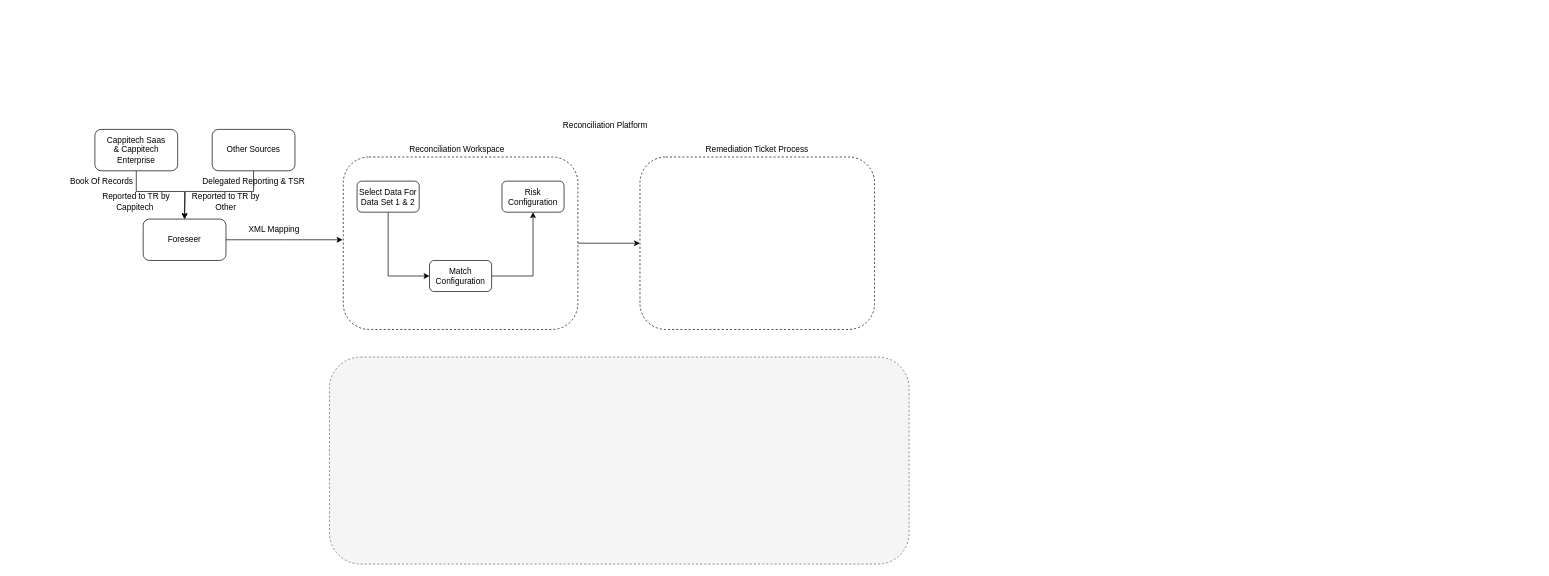
The draw.io diagram Cappitech.drawio in namanchopra21087/design-documents, before the edit. Source tidied: cells renumbered, new cells numbered last; positions are measured from the earlier drawing's top-left corner, leaving out a move shared by most shapes. Both pictures are drawn from the tidied source at 69%, with x=0, y=0 at pixel (67, 115).
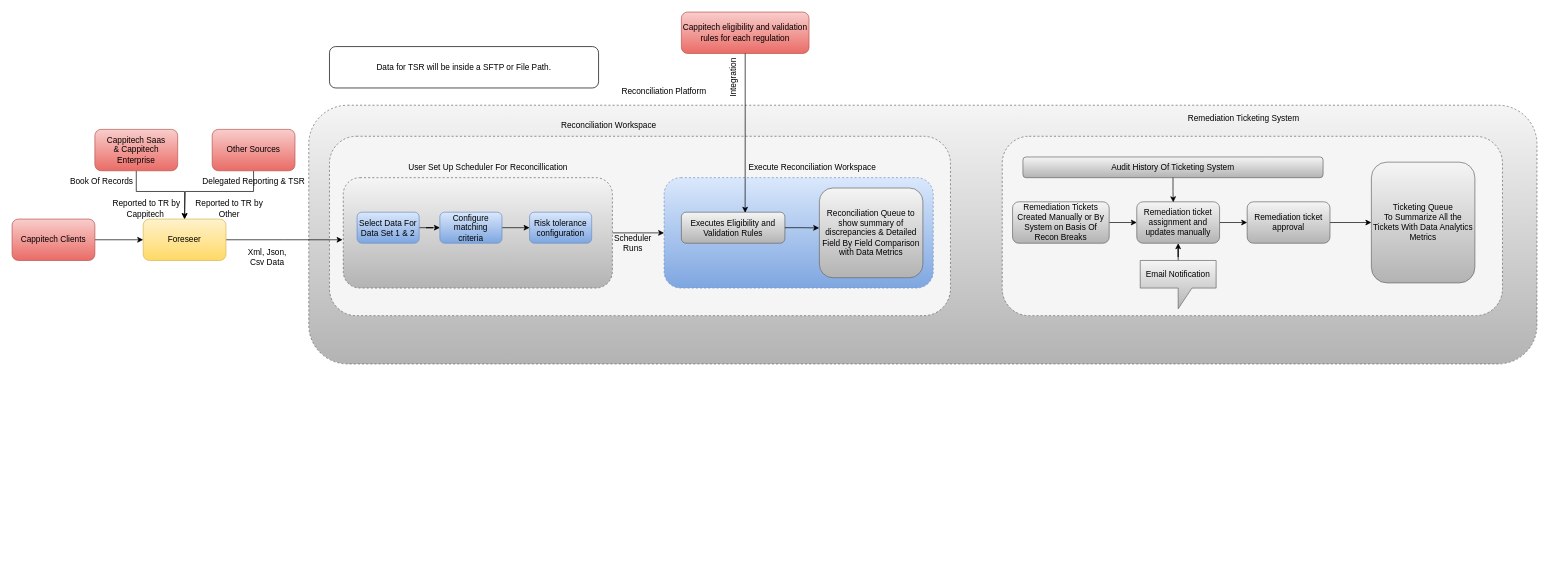
Above is the later version.

Change to the diagram source:
```diff
@@
+    <mxCell id="25" style="rounded=1;whiteSpace=wrap;html=1;dashed=1;fillColor=#f5f5f5;strokeColor=#666666;gradientColor=#b3b3b3;" parent="1" vertex="1">
+      <mxGeometry x="350" y="-15" width="1780" height="375" as="geometry" />
+    </mxCell>
     <mxCell id="2" style="rounded=1;whiteSpace=wrap;html=1;dashed=1;strokeWidth=1;fillColor=#f5f5f5;fontColor=#333333;strokeColor=#666666;" parent="1" vertex="1">
-      <mxGeometry x="380" y="350" width="840" height="300" as="geometry" />
+      <mxGeometry x="380" y="30" width="900" height="260" as="geometry" />
     </mxCell>
-    <mxCell id="3" style="edgeStyle=orthogonalEdgeStyle;rounded=0;jettySize=auto;html=1;entryX=0;entryY=0.5;entryDx=0;entryDy=0;" parent="1" edge="1" source="4" target="13">
-      <mxGeometry relative="1" as="geometry" />
-    </mxCell>
-    <mxCell id="4" style="rounded=1;whiteSpace=wrap;html=1;dashed=1;" parent="1" vertex="1">
-      <mxGeometry x="400" y="60" width="340" height="250" as="geometry" />
-    </mxCell>
     <mxCell id="5" value="Reconciliation Platform" style="text;html=1;align=center;verticalAlign=middle;whiteSpace=wrap;rounded=0;" parent="1" vertex="1">
-      <mxGeometry x="695" width="170" height="30" as="geometry" />
+      <mxGeometry x="780" y="-50" width="170" height="30" as="geometry" />
     </mxCell>
@@
-    <mxCell id="7" value="Foreseer" style="rounded=1;whiteSpace=wrap;html=1;" parent="1" vertex="1">
+    <mxCell id="7" value="Foreseer" style="rounded=1;whiteSpace=wrap;html=1;fillColor=#fff2cc;gradientColor=#ffd966;strokeColor=#d6b656;" parent="1" vertex="1">
       <mxGeometry x="110" y="150" width="120" height="60" as="geometry" />
     </mxCell>
-    <mxCell id="8" value="XML Mapping" style="text;html=1;align=center;verticalAlign=middle;whiteSpace=wrap;rounded=0;" parent="1" vertex="1">
-      <mxGeometry x="260" y="150" width="80" height="30" as="geometry" />
+    <mxCell id="8" value="Xml, Json, Csv Data" style="text;html=1;align=center;verticalAlign=middle;whiteSpace=wrap;rounded=0;" parent="1" vertex="1">
+      <mxGeometry x="250" y="190" width="80" height="30" as="geometry" />
     </mxCell>
@@
-    <mxCell id="10" value="Cappitech Saas&lt;div&gt;&amp;amp; Cappitech Enterprise&lt;/div&gt;" style="rounded=1;whiteSpace=wrap;html=1;" parent="1" vertex="1">
+    <mxCell id="10" value="Cappitech Saas&lt;div&gt;&amp;amp; Cappitech Enterprise&lt;/div&gt;" style="rounded=1;whiteSpace=wrap;html=1;fillColor=#f8cecc;gradientColor=#ea6b66;strokeColor=#b85450;" parent="1" vertex="1">
       <mxGeometry x="40" y="20" width="120" height="60" as="geometry" />
     </mxCell>
@@
-    <mxCell id="12" value="Other Sources" style="rounded=1;whiteSpace=wrap;html=1;" parent="1" vertex="1">
+    <mxCell id="12" value="Other Sources" style="rounded=1;whiteSpace=wrap;html=1;fillColor=#f8cecc;strokeColor=#b85450;gradientColor=#ea6b66;" parent="1" vertex="1">
       <mxGeometry x="210" y="20" width="120" height="60" as="geometry" />
     </mxCell>
-    <mxCell id="13" style="rounded=1;whiteSpace=wrap;html=1;dashed=1;" parent="1" vertex="1">
-      <mxGeometry x="830" y="60" width="340" height="250" as="geometry" />
+    <mxCell id="13" style="rounded=1;whiteSpace=wrap;html=1;dashed=1;fillColor=#f5f5f5;fontColor=#333333;strokeColor=#666666;" parent="1" vertex="1">
+      <mxGeometry x="1355" y="30" width="725" height="260" as="geometry" />
     </mxCell>
     <mxCell id="14" value="Reconciliation Workspace" style="text;html=1;align=center;verticalAlign=middle;whiteSpace=wrap;rounded=0;" parent="1" vertex="1">
-      <mxGeometry x="480" y="35" width="170" height="30" as="geometry" />
+      <mxGeometry x="700" width="170" height="30" as="geometry" />
     </mxCell>
-    <mxCell id="15" value="Remediation Ticket Process" style="text;html=1;align=center;verticalAlign=middle;whiteSpace=wrap;rounded=0;" parent="1" vertex="1">
-      <mxGeometry x="915" y="35" width="170" height="30" as="geometry" />
+    <mxCell id="15" value="Remediation Ticketing System" style="text;html=1;align=center;verticalAlign=middle;whiteSpace=wrap;rounded=0;" parent="1" vertex="1">
+      <mxGeometry x="1620" y="-10" width="170" height="30" as="geometry" />
     </mxCell>
@@
     <mxCell id="17" value="Reported to TR by Cappitech&amp;nbsp;" style="text;html=1;align=center;verticalAlign=middle;whiteSpace=wrap;rounded=0;" parent="1" vertex="1">
-      <mxGeometry x="35" y="110" width="130" height="30" as="geometry" />
+      <mxGeometry x="50" y="120" width="130" height="30" as="geometry" />
     </mxCell>
@@
     <mxCell id="19" value="Reported to TR by Other" style="text;html=1;align=center;verticalAlign=middle;whiteSpace=wrap;rounded=0;" parent="1" vertex="1">
-      <mxGeometry x="165" y="110" width="130" height="30" as="geometry" />
+      <mxGeometry x="170" y="120" width="130" height="30" as="geometry" />
     </mxCell>
+    <mxCell id="26" style="edgeStyle=orthogonalEdgeStyle;rounded=0;jettySize=auto;html=1;entryX=0;entryY=0.5;entryDx=0;entryDy=0;" parent="1" edge="1" source="4" target="27">
+      <mxGeometry relative="1" as="geometry" />
+    </mxCell>
+    <mxCell id="4" style="rounded=1;whiteSpace=wrap;html=1;dashed=1;fillColor=#f5f5f5;gradientColor=#b3b3b3;strokeColor=#666666;" parent="1" vertex="1">
+      <mxGeometry x="400" y="90" width="390" height="160" as="geometry" />
+    </mxCell>
-    <mxCell id="20" style="edgeStyle=orthogonalEdgeStyle;rounded=0;jettySize=auto;html=1;entryX=0;entryY=0.5;entryDx=0;entryDy=0;exitX=0.5;exitY=1;exitDx=0;exitDy=0;" parent="1" edge="1" source="21" target="23">
+    <mxCell id="20" style="edgeStyle=orthogonalEdgeStyle;rounded=0;jettySize=auto;html=1;entryX=0;entryY=0.5;entryDx=0;entryDy=0;" parent="1" edge="1" source="21" target="23">
       <mxGeometry relative="1" as="geometry" />
     </mxCell>
-    <mxCell id="21" value="Select Data F&lt;span style=&quot;background-color: initial;&quot;&gt;or&lt;/span&gt;&lt;div&gt;Data Set 1 &amp;amp; 2&lt;/div&gt;" style="rounded=1;whiteSpace=wrap;html=1;" parent="1" vertex="1">
-      <mxGeometry x="420" y="95" width="90" height="45" as="geometry" />
+    <mxCell id="21" value="Select Data F&lt;span style=&quot;background-color: initial;&quot;&gt;or&lt;/span&gt;&lt;div&gt;Data Set 1 &amp;amp; 2&lt;/div&gt;" style="rounded=1;whiteSpace=wrap;html=1;fillColor=#dae8fc;gradientColor=#7ea6e0;strokeColor=#6c8ebf;" parent="1" vertex="1">
+      <mxGeometry x="420" y="140" width="90" height="45" as="geometry" />
     </mxCell>
-    <mxCell id="22" style="edgeStyle=orthogonalEdgeStyle;rounded=0;jettySize=auto;html=1;entryX=0.5;entryY=1;entryDx=0;entryDy=0;" parent="1" edge="1" source="23" target="24">
+    <mxCell id="22" style="edgeStyle=orthogonalEdgeStyle;rounded=0;jettySize=auto;html=1;entryX=0;entryY=0.5;entryDx=0;entryDy=0;" parent="1" edge="1" source="23" target="24">
       <mxGeometry relative="1" as="geometry" />
     </mxCell>
-    <mxCell id="23" value="Match Configuration" style="rounded=1;whiteSpace=wrap;html=1;" parent="1" vertex="1">
-      <mxGeometry x="525" y="210" width="90" height="45" as="geometry" />
+    <mxCell id="23" value="Configure matching criteria" style="rounded=1;whiteSpace=wrap;html=1;fillColor=#dae8fc;gradientColor=#7ea6e0;strokeColor=#6c8ebf;" parent="1" vertex="1">
+      <mxGeometry x="540" y="140" width="90" height="45" as="geometry" />
     </mxCell>
-    <mxCell id="24" value="Risk Configuration" style="rounded=1;whiteSpace=wrap;html=1;" parent="1" vertex="1">
-      <mxGeometry x="630" y="95" width="90" height="45" as="geometry" />
+    <mxCell id="24" value="Risk tolerance configuration" style="rounded=1;whiteSpace=wrap;html=1;fillColor=#dae8fc;gradientColor=#7ea6e0;strokeColor=#6c8ebf;" parent="1" vertex="1">
+      <mxGeometry x="670" y="140" width="90" height="45" as="geometry" />
     </mxCell>
+    <mxCell id="27" style="rounded=1;whiteSpace=wrap;html=1;dashed=1;fillColor=#dae8fc;gradientColor=#7ea6e0;strokeColor=#6c8ebf;" parent="1" vertex="1">
+      <mxGeometry x="865" y="90" width="390" height="160" as="geometry" />
+    </mxCell>
+    <mxCell id="28" value="User Set Up Scheduler For Reconcillication" style="text;html=1;align=center;verticalAlign=middle;whiteSpace=wrap;rounded=0;" parent="1" vertex="1">
+      <mxGeometry x="450" y="60" width="320" height="30" as="geometry" />
+    </mxCell>
+    <mxCell id="29" value="Scheduler Runs" style="text;html=1;align=center;verticalAlign=middle;whiteSpace=wrap;rounded=0;" parent="1" vertex="1">
+      <mxGeometry x="790" y="170" width="60" height="30" as="geometry" />
+    </mxCell>
+    <mxCell id="30" value="Executes&amp;nbsp;Eligibility and Validation Rules" style="rounded=1;whiteSpace=wrap;html=1;fillColor=#f5f5f5;gradientColor=#b3b3b3;strokeColor=#666666;" parent="1" vertex="1">
+      <mxGeometry x="890" y="140" width="150" height="45" as="geometry" />
+    </mxCell>
+    <mxCell id="31" value="Cappitech eligibility and validation rules for each regulation" style="rounded=1;whiteSpace=wrap;html=1;fillColor=#f8cecc;gradientColor=#ea6b66;strokeColor=#b85450;" parent="1" vertex="1">
+      <mxGeometry x="890" y="-150" width="185" height="60" as="geometry" />
+    </mxCell>
+    <mxCell id="32" style="edgeStyle=orthogonalEdgeStyle;rounded=0;jettySize=auto;html=1;entryX=0.616;entryY=0.018;entryDx=0;entryDy=0;entryPerimeter=0;" parent="1" edge="1" source="31" target="30">
+      <mxGeometry relative="1" as="geometry" />
+    </mxCell>
+    <mxCell id="33" value="Integration" style="text;html=1;align=center;verticalAlign=middle;whiteSpace=wrap;rounded=0;rotation=-90;" parent="1" vertex="1">
+      <mxGeometry x="935" y="-70" width="60" height="30" as="geometry" />
+    </mxCell>
+    <mxCell id="34" value="Execute Reconciliation Workspace" style="text;html=1;align=center;verticalAlign=middle;whiteSpace=wrap;rounded=0;" parent="1" vertex="1">
+      <mxGeometry x="970" y="65" width="220" height="20" as="geometry" />
+    </mxCell>
+    <mxCell id="35" value="Reconciliation Queue to show summary of discrepancies &amp;amp; Detailed Field By Field Comparison with Data Metrics" style="rounded=1;whiteSpace=wrap;html=1;fillColor=#f5f5f5;gradientColor=#b3b3b3;strokeColor=#666666;" parent="1" vertex="1">
+      <mxGeometry x="1090" y="105" width="150" height="130" as="geometry" />
+    </mxCell>
+    <mxCell id="36" style="edgeStyle=orthogonalEdgeStyle;rounded=0;jettySize=auto;html=1;entryX=-0.002;entryY=0.445;entryDx=0;entryDy=0;entryPerimeter=0;" parent="1" edge="1" source="30" target="35">
+      <mxGeometry relative="1" as="geometry" />
+    </mxCell>
+    <mxCell id="37" style="edgeStyle=orthogonalEdgeStyle;rounded=0;jettySize=auto;html=1;entryX=0;entryY=0.5;entryDx=0;entryDy=0;" parent="1" edge="1" source="38" target="40">
+      <mxGeometry relative="1" as="geometry" />
+    </mxCell>
+    <mxCell id="38" value="Remediation Tickets Created Manually or By System on Basis Of Recon Breaks" style="rounded=1;whiteSpace=wrap;html=1;fillColor=#f5f5f5;gradientColor=#b3b3b3;strokeColor=#666666;" parent="1" vertex="1">
+      <mxGeometry x="1370" y="125" width="140" height="60" as="geometry" />
+    </mxCell>
+    <mxCell id="39" style="edgeStyle=orthogonalEdgeStyle;rounded=0;jettySize=auto;html=1;entryX=0;entryY=0.5;entryDx=0;entryDy=0;" parent="1" edge="1" source="40" target="42">
+      <mxGeometry relative="1" as="geometry" />
+    </mxCell>
+    <mxCell id="40" value="Remediation ticket assignment and updates manually" style="rounded=1;whiteSpace=wrap;html=1;fillColor=#f5f5f5;gradientColor=#b3b3b3;strokeColor=#666666;" parent="1" vertex="1">
+      <mxGeometry x="1550" y="125" width="120" height="60" as="geometry" />
+    </mxCell>
+    <mxCell id="41" style="edgeStyle=orthogonalEdgeStyle;rounded=0;jettySize=auto;html=1;entryX=0;entryY=0.5;entryDx=0;entryDy=0;" parent="1" edge="1" source="42" target="43">
+      <mxGeometry relative="1" as="geometry" />
+    </mxCell>
+    <mxCell id="42" value="Remediation ticket approval" style="rounded=1;whiteSpace=wrap;html=1;fillColor=#f5f5f5;gradientColor=#b3b3b3;strokeColor=#666666;" parent="1" vertex="1">
+      <mxGeometry x="1710" y="125" width="120" height="60" as="geometry" />
+    </mxCell>
+    <mxCell id="43" value="Ticketing Queue&lt;div&gt;To Summarize All the Tickets With Data Analytics Metrics&lt;/div&gt;" style="rounded=1;whiteSpace=wrap;html=1;fillColor=#f5f5f5;gradientColor=#b3b3b3;strokeColor=#666666;" parent="1" vertex="1">
+      <mxGeometry x="1890" y="67.5" width="150" height="175" as="geometry" />
+    </mxCell>
+    <mxCell id="44" style="edgeStyle=orthogonalEdgeStyle;rounded=0;jettySize=auto;html=1;entryX=0.5;entryY=1;entryDx=0;entryDy=0;" parent="1" edge="1" source="45" target="40">
+      <mxGeometry relative="1" as="geometry" />
+    </mxCell>
+    <mxCell id="45" value="Email Notification" style="shape=callout;whiteSpace=wrap;html=1;perimeter=calloutPerimeter;fillColor=#f5f5f5;gradientColor=#b3b3b3;strokeColor=#666666;" parent="1" vertex="1">
+      <mxGeometry x="1555" y="210" width="110" height="70" as="geometry" />
+    </mxCell>
+    <mxCell id="46" value="Audit History Of Ticketing System" style="rounded=1;whiteSpace=wrap;html=1;fillColor=#f5f5f5;gradientColor=#b3b3b3;strokeColor=#666666;" parent="1" vertex="1">
+      <mxGeometry x="1385" y="60" width="435" height="30" as="geometry" />
+    </mxCell>
+    <mxCell id="47" style="edgeStyle=orthogonalEdgeStyle;rounded=0;jettySize=auto;html=1;entryX=0.441;entryY=0.011;entryDx=0;entryDy=0;entryPerimeter=0;" parent="1" edge="1" source="46" target="40">
+      <mxGeometry relative="1" as="geometry" />
+    </mxCell>
+    <mxCell id="48" style="edgeStyle=orthogonalEdgeStyle;rounded=0;jettySize=auto;html=1;entryX=0;entryY=0.5;entryDx=0;entryDy=0;" parent="1" edge="1" source="49" target="7">
+      <mxGeometry relative="1" as="geometry" />
+    </mxCell>
+    <mxCell id="49" value="Cappitech Clients" style="rounded=1;whiteSpace=wrap;html=1;fillColor=#f8cecc;strokeColor=#b85450;gradientColor=#ea6b66;" parent="1" vertex="1">
+      <mxGeometry x="-80" y="150" width="120" height="60" as="geometry" />
+    </mxCell>
+    <mxCell id="50" value="Data for TSR will be inside a SFTP or File Path." style="rounded=1;whiteSpace=wrap;html=1;" parent="1" vertex="1">
+      <mxGeometry x="380" y="-100" width="390" height="60" as="geometry" />
+    </mxCell>
```
